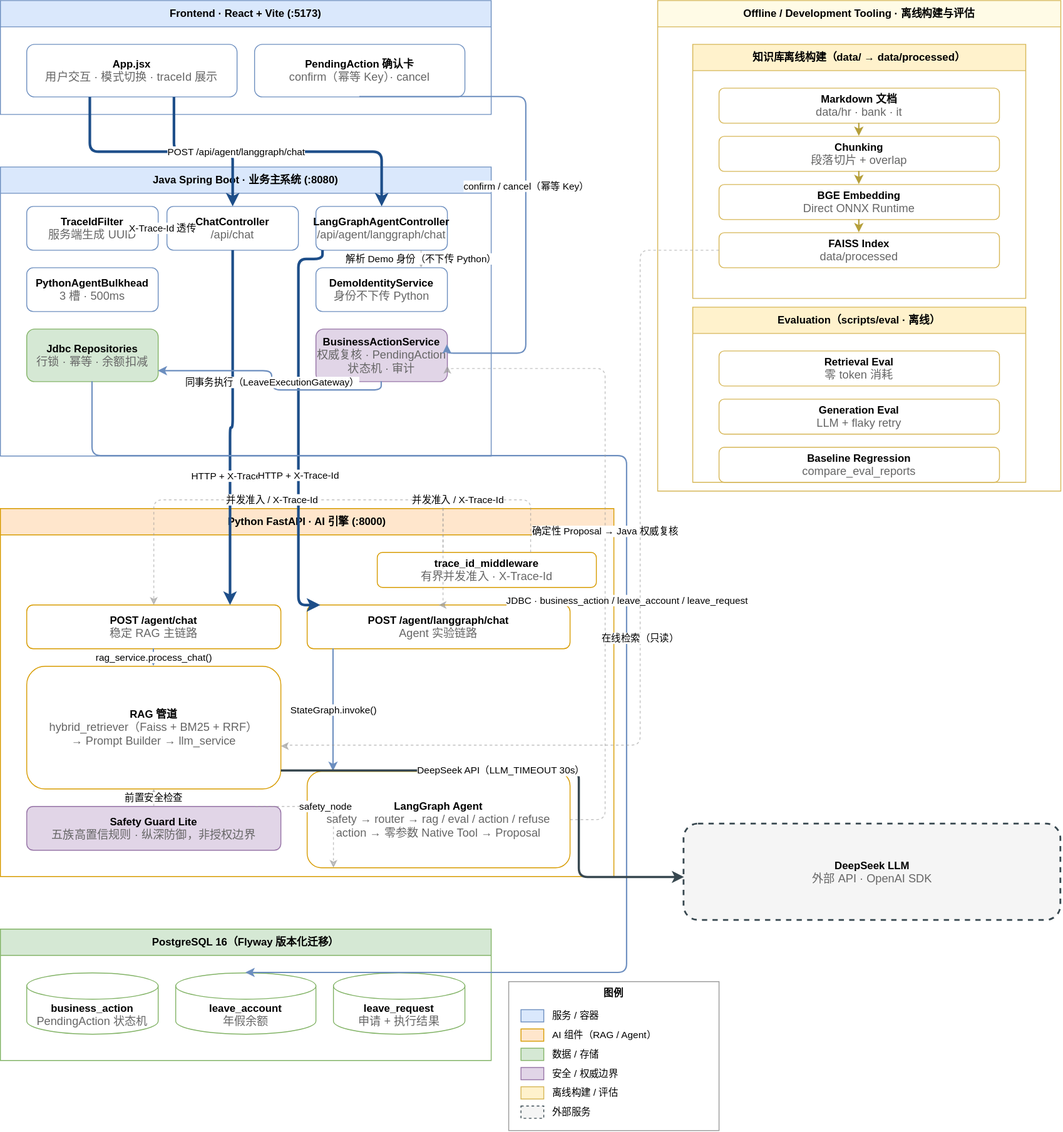
Before: docs/architecture.svg, a diagram exported from draw.io (izz-BLUE/enterprise-ai-copilot). Source tidied: cells renumbered, new cells last; positions are measured from the earlier drawing's top-left corner, leaving out a move shared by most shapes.
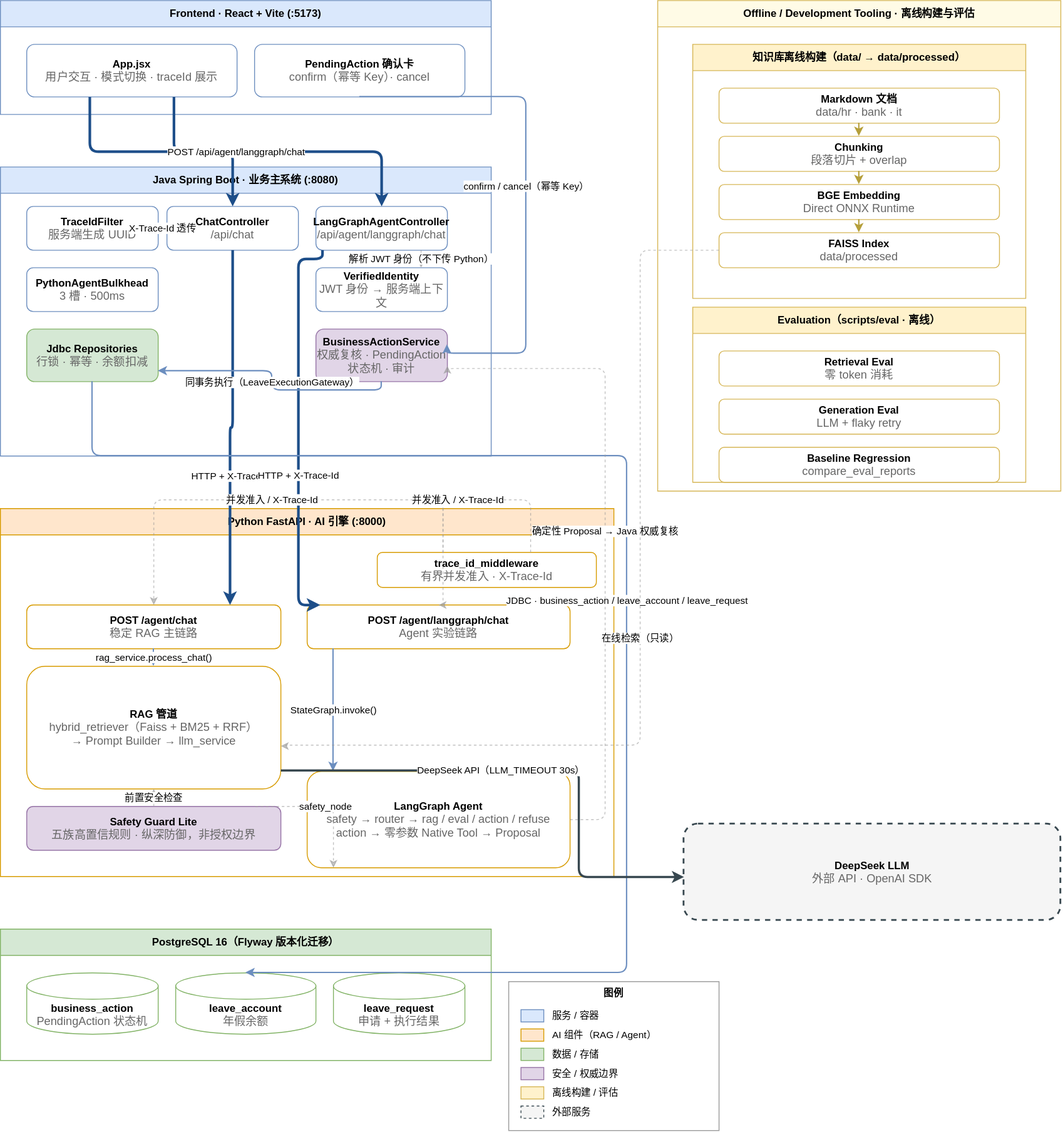
Later version of the same file.

What changed in the source:
```diff
@@ -26,7 +26,7 @@
     <mxCell id="9" value="&lt;b&gt;PythonAgentBulkhead&lt;/b&gt;&lt;br&gt;&lt;font size='2' color='#666666'&gt;3 槽 · 500ms&lt;/font&gt;" style="rounded=1;whiteSpace=wrap;html=1;fillColor=#ffffff;strokeColor=#6c8ebf;" parent="5" vertex="1">
       <mxGeometry x="30" y="115" width="150" height="50" as="geometry" />
     </mxCell>
-    <mxCell id="10" value="&lt;b&gt;DemoIdentityService&lt;/b&gt;&lt;br&gt;&lt;font size='2' color='#666666'&gt;身份不下传 Python&lt;/font&gt;" style="rounded=1;whiteSpace=wrap;html=1;fillColor=#ffffff;strokeColor=#6c8ebf;" parent="5" vertex="1">
+    <mxCell id="10" value="&lt;b&gt;VerifiedIdentity&lt;/b&gt;&lt;br&gt;&lt;font size='2' color='#666666'&gt;JWT 身份 → 服务端上下文&lt;/font&gt;" style="rounded=1;whiteSpace=wrap;html=1;fillColor=#ffffff;strokeColor=#6c8ebf;" parent="5" vertex="1">
       <mxGeometry x="360" y="115" width="150" height="50" as="geometry" />
     </mxCell>
     <mxCell id="11" value="&lt;b&gt;Jdbc Repositories&lt;/b&gt;&lt;br&gt;&lt;font size='2' color='#666666'&gt;行锁 · 幂等 · 余额扣减&lt;/font&gt;" style="rounded=1;whiteSpace=wrap;html=1;fillColor=#d5e8d4;strokeColor=#82b366;" parent="5" vertex="1">
@@ -247,7 +247,7 @@
         </Array>
       </mxGeometry>
     </mxCell>
-    <mxCell id="65" value="解析 Demo 身份（不下传 Python）" style="edgeStyle=orthogonalEdgeStyle;rounded=1;jettySize=auto;html=1;labelBackgroundColor=#ffffff;dashed=1;strokeColor=#9a9a9a;opacity=60;fontSize=11;exitX=0.8;exitY=1;exitDx=0;exitDy=0;entryX=0.8;entryY=0;entryDx=0;entryDy=0;" parent="1" edge="1" source="8" target="10">
+    <mxCell id="65" value="解析 JWT 身份（不下传 Python）" style="edgeStyle=orthogonalEdgeStyle;rounded=1;jettySize=auto;html=1;labelBackgroundColor=#ffffff;dashed=1;strokeColor=#9a9a9a;opacity=60;fontSize=11;exitX=0.8;exitY=1;exitDx=0;exitDy=0;entryX=0.8;entryY=0;entryDx=0;entryDy=0;" parent="1" edge="1" source="8" target="10">
       <mxGeometry relative="1" as="geometry" />
     </mxCell>
     <mxCell id="66" style="edgeStyle=orthogonalEdgeStyle;rounded=1;jettySize=auto;html=1;strokeWidth=1.5;strokeColor=#b59f3b;exitX=0.5;exitY=1;exitDx=0;exitDy=0;entryX=0.5;entryY=0;entryDx=0;entryDy=0;" parent="1" edge="1" source="26" target="27">
```
